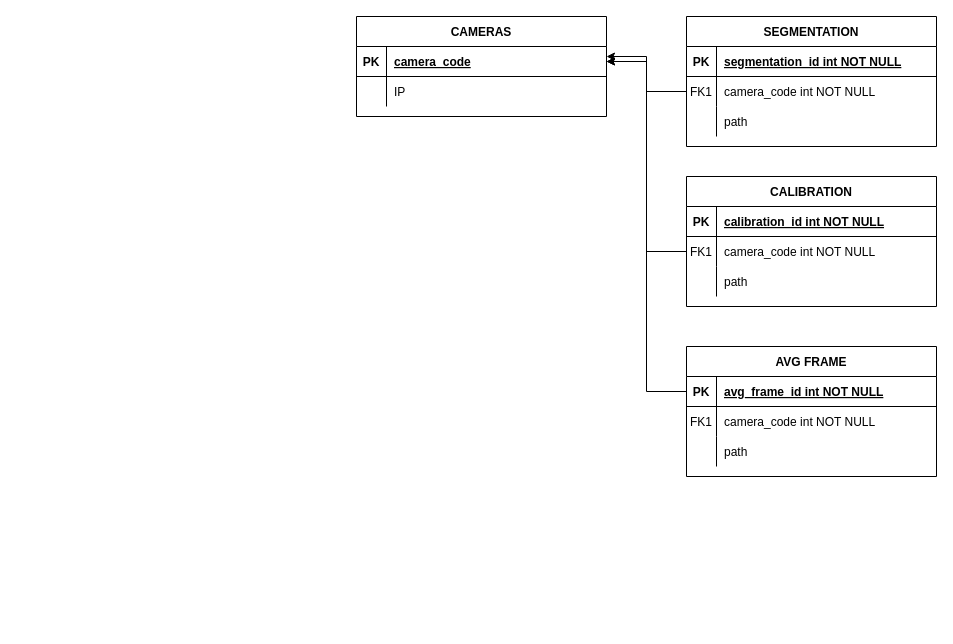
Earlier version of the draw.io diagram DIRIF_ENTITY_RELATIONSHIP.drawio (Mona-Cyclope/DrawIOGraphs). Source tidied: cells renumbered, new cells numbered last; positions are measured from the earlier drawing's top-left corner, leaving out a move shared by most shapes. Both pictures are drawn from the tidied source at 100%, with x=0, y=0 at pixel (356, 16).
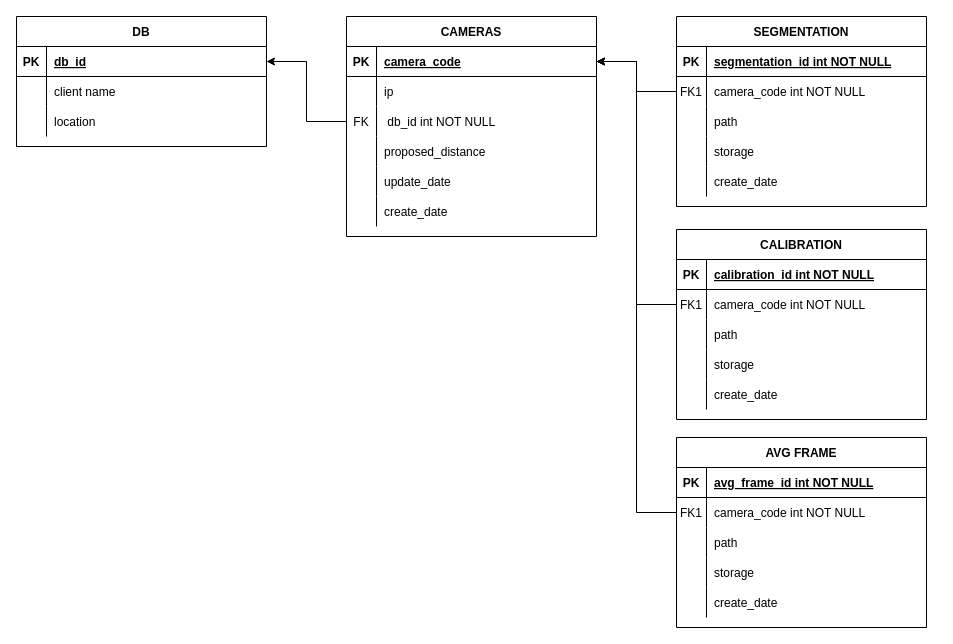
Above is the later version.

Commit message (it also covers changes not shown here):
Mettre à jour DIRIF_ENTITY_RELATIONSHIP.drawio

The change refers to these unchanged cells:
```xml
<mxCell id="6" style="shape=partialRectangle;fillColor=none;points=[[0,0.5],[1,0.5]];portConstraint=eastwest;top=0;left=0;right=0;bottom=0;" parent="2" vertex="1">
  <mxGeometry y="60" width="250" height="30" as="geometry" />
</mxCell>
<mxCell id="23" style="shape=partialRectangle;fillColor=none;points=[[0,0.5],[1,0.5]];portConstraint=eastwest;top=0;left=0;right=0;bottom=1;" parent="22" vertex="1">
  <mxGeometry y="30" width="250" height="30" as="geometry" />
</mxCell>
<mxCell id="26" style="shape=partialRectangle;fillColor=none;top=0;left=0;right=0;bottom=0;" parent="22" vertex="1">
  <mxGeometry y="60" width="250" height="30" as="geometry" />
</mxCell>
<mxCell id="32" style="shape=partialRectangle;fillColor=none;points=[[0,0.5],[1,0.5]];portConstraint=eastwest;top=0;left=0;right=0;bottom=1;" parent="31" vertex="1">
  <mxGeometry y="30" width="250" height="30" as="geometry" />
</mxCell>
<mxCell id="35" style="shape=partialRectangle;fillColor=none;points=[[0,0.5],[1,0.5]];portConstraint=eastwest;top=0;left=0;right=0;bottom=0;" parent="31" vertex="1">
  <mxGeometry y="60" width="250" height="30" as="geometry" />
</mxCell>
```

Change to the diagram source:
```diff
@@
     <mxCell id="2" value="SEGMENTATION" style="shape=table;startSize=30;childLayout=tableLayout;rowLines=0;fontStyle=1;align=center;" parent="1" vertex="1">
-      <mxGeometry x="330" width="250" height="130" as="geometry" />
+      <mxGeometry x="320" width="250" height="190" as="geometry" />
     </mxCell>
@@
+    <mxCell id="42" style="shape=partialRectangle;fillColor=none;top=0;left=0;right=0;bottom=0;" parent="2" vertex="1">
+      <mxGeometry y="120" width="250" height="30" as="geometry" />
+    </mxCell>
+    <mxCell id="43" style="shape=partialRectangle;overflow=hidden;fillColor=none;top=0;left=0;bottom=0;right=0;" parent="42" vertex="1">
+      <mxGeometry width="30" height="30" as="geometry" />
+    </mxCell>
+    <mxCell id="44" value="storage" style="shape=partialRectangle;overflow=hidden;fillColor=none;top=0;left=0;bottom=0;right=0;align=left;spacingLeft=6;" parent="42" vertex="1">
+      <mxGeometry x="30" width="220" height="30" as="geometry" />
+    </mxCell>
+    <mxCell id="45" style="shape=tableRow;horizontal=0;startSize=0;swimlaneHead=0;swimlaneBody=0;fillColor=none;top=0;left=0;right=0;bottom=0;" parent="2" vertex="1">
+      <mxGeometry y="150" width="250" height="30" as="geometry" />
+    </mxCell>
+    <mxCell id="46" style="shape=partialRectangle;fillColor=none;top=0;left=0;bottom=0;right=0;overflow=hidden;" parent="45" vertex="1">
+      <mxGeometry width="30" height="30" as="geometry" />
+    </mxCell>
+    <mxCell id="47" value="create_date" style="shape=partialRectangle;fillColor=none;top=0;left=0;bottom=0;right=0;align=left;spacingLeft=6;overflow=hidden;" parent="45" vertex="1">
+      <mxGeometry x="30" width="220" height="30" as="geometry" />
+    </mxCell>
     <mxCell id="12" value="CALIBRATION" style="shape=table;startSize=30;childLayout=tableLayout;rowLines=0;fontStyle=1;align=center;" parent="1" vertex="1">
-      <mxGeometry x="330" y="160" width="250" height="130" as="geometry" />
+      <mxGeometry x="320" y="213" width="250" height="190" as="geometry" />
     </mxCell>
@@
-    <mxCell id="19" style="shape=partialRectangle;fillColor=none;top=0;left=0;right=0;bottom=0;" parent="12" vertex="1">
-      <mxGeometry y="90" width="250" height="30" as="geometry" />
-    </mxCell>
-    <mxCell id="20" style="shape=partialRectangle;overflow=hidden;fillColor=none;top=0;left=0;bottom=0;right=0;" parent="19" vertex="1">
-      <mxGeometry width="30" height="30" as="geometry" />
-    </mxCell>
+    <mxCell id="48" style="shape=tableRow;horizontal=0;startSize=0;swimlaneHead=0;swimlaneBody=0;fillColor=none;top=0;left=0;right=0;bottom=0;" parent="12" vertex="1">
+      <mxGeometry y="90" width="250" height="30" as="geometry" />
+    </mxCell>
+    <mxCell id="49" style="shape=partialRectangle;fillColor=none;top=0;left=0;bottom=0;right=0;overflow=hidden;" parent="48" vertex="1">
+      <mxGeometry width="30" height="30" as="geometry" />
+    </mxCell>
-    <mxCell id="21" value="path" style="shape=partialRectangle;overflow=hidden;fillColor=none;top=0;left=0;bottom=0;right=0;align=left;spacingLeft=6;" parent="19" vertex="1">
+    <mxCell id="21" value="path" style="shape=partialRectangle;fillColor=none;top=0;left=0;bottom=0;right=0;align=left;spacingLeft=6;overflow=hidden;" parent="48" vertex="1">
       <mxGeometry x="30" width="220" height="30" as="geometry" />
     </mxCell>
+    <mxCell id="50" style="shape=partialRectangle;fillColor=none;top=0;left=0;right=0;bottom=0;" parent="12" vertex="1">
+      <mxGeometry y="120" width="250" height="30" as="geometry" />
+    </mxCell>
+    <mxCell id="51" style="shape=partialRectangle;overflow=hidden;fillColor=none;top=0;left=0;bottom=0;right=0;" parent="50" vertex="1">
+      <mxGeometry width="30" height="30" as="geometry" />
+    </mxCell>
+    <mxCell id="52" value="storage" style="shape=partialRectangle;overflow=hidden;fillColor=none;top=0;left=0;bottom=0;right=0;align=left;spacingLeft=6;" parent="50" vertex="1">
+      <mxGeometry x="30" width="220" height="30" as="geometry" />
+    </mxCell>
+    <mxCell id="53" style="shape=tableRow;horizontal=0;startSize=0;swimlaneHead=0;swimlaneBody=0;fillColor=none;top=0;left=0;right=0;bottom=0;" parent="12" vertex="1">
+      <mxGeometry y="150" width="250" height="30" as="geometry" />
+    </mxCell>
+    <mxCell id="54" style="shape=partialRectangle;fillColor=none;top=0;left=0;bottom=0;right=0;overflow=hidden;" parent="53" vertex="1">
+      <mxGeometry width="30" height="30" as="geometry" />
+    </mxCell>
+    <mxCell id="55" value="create_date" style="shape=partialRectangle;fillColor=none;top=0;left=0;bottom=0;right=0;align=left;spacingLeft=6;overflow=hidden;" parent="53" vertex="1">
+      <mxGeometry x="30" width="220" height="30" as="geometry" />
+    </mxCell>
     <mxCell id="22" value="CAMERAS" style="shape=table;startSize=30;childLayout=tableLayout;rowLines=0;fontStyle=1;align=center;" parent="1" vertex="1">
-      <mxGeometry width="250" height="100" as="geometry" />
+      <mxGeometry x="-10" width="250" height="220" as="geometry" />
     </mxCell>
@@
-    <mxCell id="28" value="IP " style="shape=partialRectangle;overflow=hidden;fillColor=none;top=0;left=0;bottom=0;right=0;align=left;spacingLeft=6;" parent="26" vertex="1">
+    <mxCell id="28" value="ip" style="shape=partialRectangle;overflow=hidden;fillColor=none;top=0;left=0;bottom=0;right=0;align=left;spacingLeft=6;" parent="26" vertex="1">
       <mxGeometry x="30" width="220" height="30" as="geometry" />
     </mxCell>
+    <mxCell id="56" style="shape=tableRow;horizontal=0;startSize=0;swimlaneHead=0;swimlaneBody=0;fillColor=none;points=[[0,0.5],[1,0.5]];portConstraint=eastwest;top=0;left=0;right=0;bottom=0;" parent="22" vertex="1">
+      <mxGeometry y="90" width="250" height="30" as="geometry" />
+    </mxCell>
+    <mxCell id="57" value="FK" style="shape=partialRectangle;fillColor=none;top=0;left=0;bottom=0;right=0;fontStyle=0;overflow=hidden;" parent="56" vertex="1">
+      <mxGeometry width="30" height="30" as="geometry" />
+    </mxCell>
+    <mxCell id="58" value=" db_id int NOT NULL" style="shape=partialRectangle;fillColor=none;top=0;left=0;bottom=0;right=0;align=left;spacingLeft=6;fontStyle=0;overflow=hidden;" parent="56" vertex="1">
+      <mxGeometry x="30" width="220" height="30" as="geometry" />
+    </mxCell>
+    <mxCell id="59" style="shape=tableRow;horizontal=0;startSize=0;swimlaneHead=0;swimlaneBody=0;fillColor=none;top=0;left=0;right=0;bottom=0;" parent="22" vertex="1">
+      <mxGeometry y="120" width="250" height="30" as="geometry" />
+    </mxCell>
+    <mxCell id="60" style="shape=partialRectangle;fillColor=none;top=0;left=0;bottom=0;right=0;overflow=hidden;" parent="59" vertex="1">
+      <mxGeometry width="30" height="30" as="geometry" />
+    </mxCell>
+    <mxCell id="61" value="proposed_distance" style="shape=partialRectangle;fillColor=none;top=0;left=0;bottom=0;right=0;align=left;spacingLeft=6;overflow=hidden;" parent="59" vertex="1">
+      <mxGeometry x="30" width="220" height="30" as="geometry" />
+    </mxCell>
+    <mxCell id="62" style="shape=tableRow;horizontal=0;startSize=0;swimlaneHead=0;swimlaneBody=0;fillColor=none;top=0;left=0;right=0;bottom=0;" parent="22" vertex="1">
+      <mxGeometry y="150" width="250" height="30" as="geometry" />
+    </mxCell>
+    <mxCell id="63" style="shape=partialRectangle;fillColor=none;top=0;left=0;bottom=0;right=0;overflow=hidden;" parent="62" vertex="1">
+      <mxGeometry width="30" height="30" as="geometry" />
+    </mxCell>
+    <mxCell id="64" value="update_date" style="shape=partialRectangle;fillColor=none;top=0;left=0;bottom=0;right=0;align=left;spacingLeft=6;overflow=hidden;" parent="62" vertex="1">
+      <mxGeometry x="30" width="220" height="30" as="geometry" />
+    </mxCell>
+    <mxCell id="65" style="shape=tableRow;horizontal=0;startSize=0;swimlaneHead=0;swimlaneBody=0;fillColor=none;top=0;left=0;right=0;bottom=0;" parent="22" vertex="1">
+      <mxGeometry y="180" width="250" height="30" as="geometry" />
+    </mxCell>
+    <mxCell id="66" style="shape=partialRectangle;fillColor=none;top=0;left=0;bottom=0;right=0;overflow=hidden;" parent="65" vertex="1">
+      <mxGeometry width="30" height="30" as="geometry" />
+    </mxCell>
+    <mxCell id="67" value="create_date" style="shape=partialRectangle;fillColor=none;top=0;left=0;bottom=0;right=0;align=left;spacingLeft=6;overflow=hidden;" parent="65" vertex="1">
+      <mxGeometry x="30" width="220" height="30" as="geometry" />
+    </mxCell>
@@
-    <mxCell id="30" style="edgeStyle=orthogonalEdgeStyle;rounded=0;jettySize=auto;html=1;exitX=0;exitY=0.5;exitDx=0;exitDy=0;" parent="1" edge="1" source="6">
-      <mxGeometry relative="1" as="geometry">
-        <mxPoint x="250" y="40" as="targetPoint" />
-        <Array as="points">
-          <mxPoint x="290" y="75" />
-          <mxPoint x="290" y="40" />
-        </Array>
-      </mxGeometry>
-    </mxCell>
     <mxCell id="31" value="AVG FRAME" style="shape=table;startSize=30;childLayout=tableLayout;rowLines=0;fontStyle=1;align=center;" parent="1" vertex="1">
-      <mxGeometry x="330" y="330" width="250" height="130" as="geometry" />
+      <mxGeometry x="320" y="421" width="250" height="190" as="geometry" />
     </mxCell>
@@
-    <mxCell id="41" style="edgeStyle=orthogonalEdgeStyle;rounded=0;jettySize=auto;html=1;exitX=0;exitY=0.5;exitDx=0;exitDy=0;entryX=1;entryY=0.5;entryDx=0;entryDy=0;" parent="1" edge="1" source="32" target="23">
-      <mxGeometry relative="1" as="geometry">
-        <Array as="points">
-          <mxPoint x="290" y="375" />
-          <mxPoint x="290" y="45" />
-        </Array>
-      </mxGeometry>
-    </mxCell>
+    <mxCell id="68" style="shape=partialRectangle;fillColor=none;top=0;left=0;right=0;bottom=0;" parent="31" vertex="1">
+      <mxGeometry y="120" width="250" height="30" as="geometry" />
+    </mxCell>
+    <mxCell id="69" style="shape=partialRectangle;overflow=hidden;fillColor=none;top=0;left=0;bottom=0;right=0;" parent="68" vertex="1">
+      <mxGeometry width="30" height="30" as="geometry" />
+    </mxCell>
+    <mxCell id="70" value="storage" style="shape=partialRectangle;overflow=hidden;fillColor=none;top=0;left=0;bottom=0;right=0;align=left;spacingLeft=6;" parent="68" vertex="1">
+      <mxGeometry x="30" width="220" height="30" as="geometry" />
+    </mxCell>
+    <mxCell id="71" style="shape=tableRow;horizontal=0;startSize=0;swimlaneHead=0;swimlaneBody=0;fillColor=none;top=0;left=0;right=0;bottom=0;" parent="31" vertex="1">
+      <mxGeometry y="150" width="250" height="30" as="geometry" />
+    </mxCell>
+    <mxCell id="72" style="shape=partialRectangle;fillColor=none;top=0;left=0;bottom=0;right=0;overflow=hidden;" parent="71" vertex="1">
+      <mxGeometry width="30" height="30" as="geometry" />
+    </mxCell>
+    <mxCell id="73" value="create_date" style="shape=partialRectangle;fillColor=none;top=0;left=0;bottom=0;right=0;align=left;spacingLeft=6;overflow=hidden;" parent="71" vertex="1">
+      <mxGeometry x="30" width="220" height="30" as="geometry" />
+    </mxCell>
+    <mxCell id="74" style="edgeStyle=orthogonalEdgeStyle;rounded=0;jettySize=auto;html=1;exitX=0;exitY=0.5;exitDx=0;exitDy=0;entryX=1;entryY=0.5;entryDx=0;entryDy=0;" parent="1" edge="1" source="35" target="23">
+      <mxGeometry relative="1" as="geometry" />
+    </mxCell>
+    <mxCell id="75" style="edgeStyle=orthogonalEdgeStyle;rounded=0;jettySize=auto;html=1;exitX=0;exitY=0.5;exitDx=0;exitDy=0;entryX=1;entryY=0.5;entryDx=0;entryDy=0;" parent="1" edge="1" source="6" target="23">
+      <mxGeometry relative="1" as="geometry" />
+    </mxCell>
+    <mxCell id="76" value="DB" style="shape=table;startSize=30;childLayout=tableLayout;rowLines=0;fontStyle=1;align=center;" parent="1" vertex="1">
+      <mxGeometry x="-340" width="250" height="130" as="geometry" />
+    </mxCell>
+    <mxCell id="77" style="shape=partialRectangle;fillColor=none;points=[[0,0.5],[1,0.5]];portConstraint=eastwest;top=0;left=0;right=0;bottom=1;" parent="76" vertex="1">
+      <mxGeometry y="30" width="250" height="30" as="geometry" />
+    </mxCell>
+    <mxCell id="78" value="PK" style="shape=partialRectangle;overflow=hidden;fillColor=none;top=0;left=0;bottom=0;right=0;fontStyle=1;" parent="77" vertex="1">
+      <mxGeometry width="30" height="30" as="geometry" />
+    </mxCell>
+    <mxCell id="79" value="db_id" style="shape=partialRectangle;overflow=hidden;fillColor=none;top=0;left=0;bottom=0;right=0;align=left;spacingLeft=6;fontStyle=5;" parent="77" vertex="1">
+      <mxGeometry x="30" width="220" height="30" as="geometry" />
+    </mxCell>
+    <mxCell id="80" style="shape=partialRectangle;fillColor=none;top=0;left=0;right=0;bottom=0;" parent="76" vertex="1">
+      <mxGeometry y="60" width="250" height="30" as="geometry" />
+    </mxCell>
+    <mxCell id="81" style="shape=partialRectangle;overflow=hidden;fillColor=none;top=0;left=0;bottom=0;right=0;" parent="80" vertex="1">
+      <mxGeometry width="30" height="30" as="geometry" />
+    </mxCell>
+    <mxCell id="82" value="client name" style="shape=partialRectangle;overflow=hidden;fillColor=none;top=0;left=0;bottom=0;right=0;align=left;spacingLeft=6;" parent="80" vertex="1">
+      <mxGeometry x="30" width="220" height="30" as="geometry" />
+    </mxCell>
+    <mxCell id="83" style="shape=tableRow;horizontal=0;startSize=0;swimlaneHead=0;swimlaneBody=0;fillColor=none;top=0;left=0;right=0;bottom=0;" parent="76" vertex="1">
+      <mxGeometry y="90" width="250" height="30" as="geometry" />
+    </mxCell>
+    <mxCell id="84" style="shape=partialRectangle;fillColor=none;top=0;left=0;bottom=0;right=0;overflow=hidden;" parent="83" vertex="1">
+      <mxGeometry width="30" height="30" as="geometry" />
+    </mxCell>
+    <mxCell id="85" value="location" style="shape=partialRectangle;fillColor=none;top=0;left=0;bottom=0;right=0;align=left;spacingLeft=6;overflow=hidden;" parent="83" vertex="1">
+      <mxGeometry x="30" width="220" height="30" as="geometry" />
+    </mxCell>
+    <mxCell id="86" style="edgeStyle=orthogonalEdgeStyle;rounded=0;jettySize=auto;html=1;exitX=0;exitY=0.5;exitDx=0;exitDy=0;entryX=1;entryY=0.5;entryDx=0;entryDy=0;" parent="1" edge="1" source="56" target="77">
+      <mxGeometry relative="1" as="geometry" />
+    </mxCell>
```
